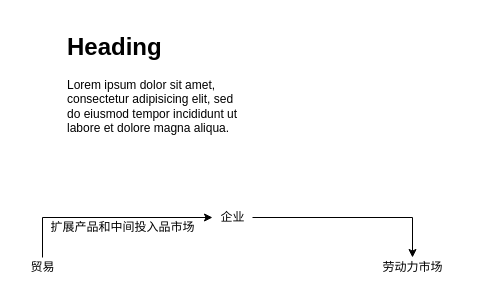
The draw.io diagram Drawio/NSF2022.drawio in aaccqb/ImgBed, before the edit. Source tidied: cells renumbered, new cells numbered last; positions are measured from the earlier drawing's top-left corner, leaving out a move shared by most shapes. Both pictures are drawn from the tidied source at 100%, with x=0, y=0 at pixel (22, 27).
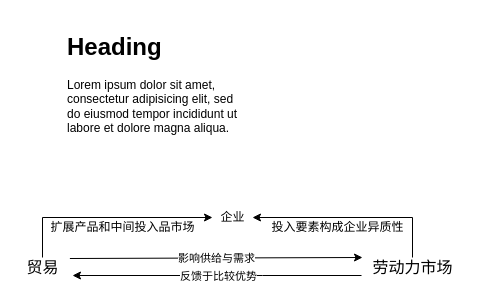
The same diagram, later.

What changed in the source:
```diff
@@
 <mxGraphModel>
   <root>
     <mxCell id="0" />
     <mxCell id="1" parent="0" />
     <mxCell id="2" value="&lt;h1&gt;Heading&lt;/h1&gt;&lt;p&gt;Lorem ipsum dolor sit amet, consectetur adipisicing elit, sed do eiusmod tempor incididunt ut labore et dolore magna aliqua.&lt;/p&gt;" style="text;html=1;strokeColor=none;fillColor=none;spacing=5;spacingTop=-20;whiteSpace=wrap;overflow=hidden;rounded=0;fontColor=default;" parent="1" vertex="1">
       <mxGeometry x="40" width="190" height="120" as="geometry" />
     </mxCell>
     <mxCell id="3" style="edgeStyle=orthogonalEdgeStyle;rounded=0;jettySize=auto;html=1;startArrow=classic;startFill=1;endArrow=none;endFill=0;" parent="1" edge="1" source="5" target="6">
       <mxGeometry relative="1" as="geometry" />
     </mxCell>
-    <mxCell id="4" style="edgeStyle=orthogonalEdgeStyle;rounded=0;jettySize=auto;html=1;" parent="1" edge="1" source="5" target="7">
+    <mxCell id="4" style="edgeStyle=orthogonalEdgeStyle;rounded=0;jettySize=auto;html=1;endArrow=none;endFill=0;startArrow=classic;startFill=1;" parent="1" edge="1" source="5" target="7">
       <mxGeometry relative="1" as="geometry" />
     </mxCell>
     <mxCell id="5" value="企业" style="text;html=1;align=center;verticalAlign=middle;points=[];strokeColor=none;fillColor=none;" parent="1" vertex="1">
       <mxGeometry x="190" y="180" width="40" height="20" as="geometry" />
     </mxCell>
-    <mxCell id="6" value="贸易" style="text;html=1;align=center;verticalAlign=middle;points=[];strokeColor=none;fillColor=none;" parent="1" vertex="1">
-      <mxGeometry y="230" width="40" height="20" as="geometry" />
+    <mxCell id="6" value="贸易" style="text;html=1;align=center;verticalAlign=middle;points=[];strokeColor=none;fillColor=none;fontSize=16;" parent="1" vertex="1">
+      <mxGeometry x="-5" y="230" width="50" height="20" as="geometry" />
     </mxCell>
-    <mxCell id="7" value="劳动力市场" style="text;html=1;align=center;verticalAlign=middle;points=[];strokeColor=none;fillColor=none;" parent="1" vertex="1">
-      <mxGeometry x="350" y="230" width="80" height="20" as="geometry" />
+    <mxCell id="7" value="劳动力市场" style="text;html=1;align=center;verticalAlign=middle;points=[];strokeColor=none;fillColor=none;fontSize=16;" parent="1" vertex="1">
+      <mxGeometry x="340" y="230" width="100" height="20" as="geometry" />
     </mxCell>
     <mxCell id="8" value="扩展产品和中间投入品市场" style="text;html=1;align=center;verticalAlign=middle;strokeColor=none;fillColor=none;" parent="1" vertex="1">
       <mxGeometry x="20" y="190" width="160" height="20" as="geometry" />
     </mxCell>
+    <mxCell id="9" value="投入要素构成企业异质性" style="text;html=1;align=center;verticalAlign=middle;strokeColor=none;fillColor=none;" parent="1" vertex="1">
+      <mxGeometry x="240" y="190" width="150" height="20" as="geometry" />
+    </mxCell>
+    <mxCell id="10" style="endArrow=classic;html=1;rounded=0;exitX=1.025;exitY=0.6;exitDx=0;exitDy=0;exitPerimeter=0;entryX=-0.012;entryY=0.55;entryDx=0;entryDy=0;entryPerimeter=0;" parent="1" edge="1">
+      <mxGeometry relative="1" as="geometry">
+        <mxPoint x="47.4" y="231" as="sourcePoint" />
+        <mxPoint x="340" y="230" as="targetPoint" />
+      </mxGeometry>
+    </mxCell>
+    <mxCell id="11" value="影响供给与需求" style="edgeLabel;html=1;align=center;verticalAlign=middle;" parent="10" vertex="1">
+      <mxGeometry relative="1" as="geometry" />
+    </mxCell>
+    <mxCell id="12" style="endArrow=none;html=1;rounded=0;entryX=-0.01;entryY=0.9;entryDx=0;entryDy=0;entryPerimeter=0;startArrow=classic;startFill=1;endFill=0;" parent="1" edge="1" target="7">
+      <mxGeometry relative="1" as="geometry">
+        <mxPoint x="50" y="248" as="sourcePoint" />
+        <Array as="points">
+          <mxPoint x="240" y="248" />
+        </Array>
+      </mxGeometry>
+    </mxCell>
+    <mxCell id="13" value="反馈于比较优势" style="edgeLabel;html=1;align=center;verticalAlign=middle;" parent="12" vertex="1">
+      <mxGeometry relative="1" as="geometry" />
+    </mxCell>
   </root>
 </mxGraphModel>
```
